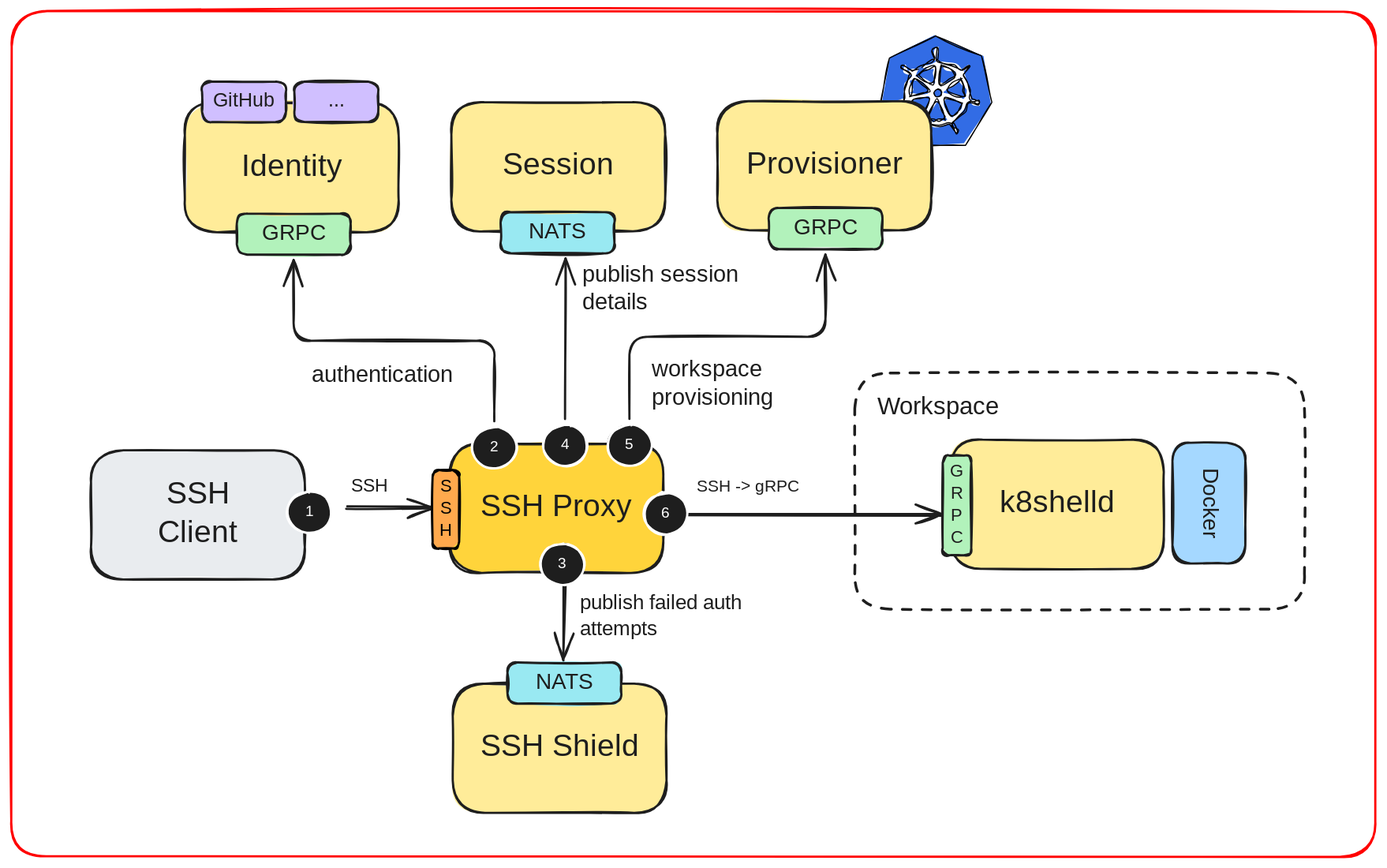
This is drawings/ssh-architecture.excalidraw.svg from k8shell-io/docs, a Excalidraw export, as it was before one commit. Source tidied: one line per element, renumbered; positions are measured from the earlier drawing's top-left corner, leaving out a move shared by most shapes.
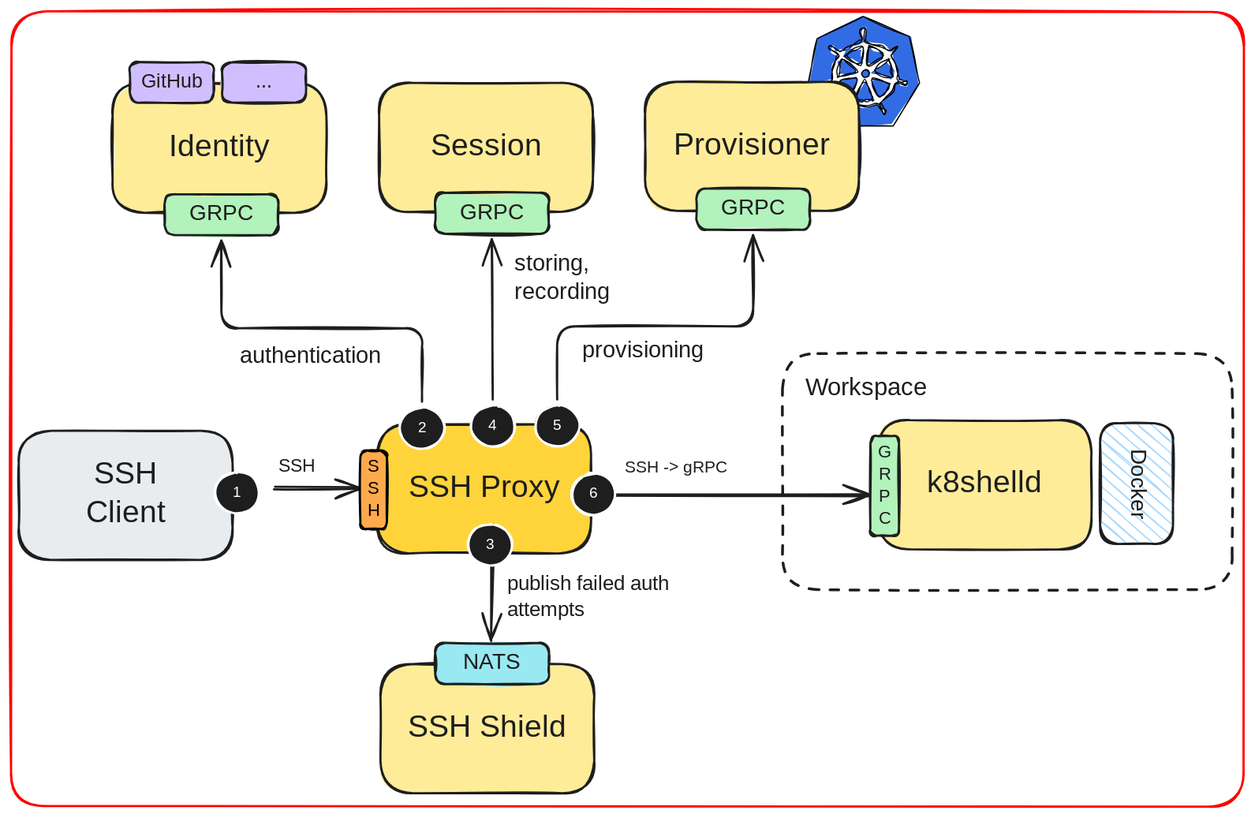
The same file after the commit.

The edit, as a diff of the source:
```diff
@@ -26,7 +26,7 @@
 {"id": 25, "type": "text", "text": "SSH Shield", "strokeColor": "#1e1e1e", "strokeWidth": 2, "roughness": 1, "fontSize": 28, "fontFamily": 5, "textAlign": "center", "verticalAlign": "middle", "inside": 24, "x": 426, "y": 650, "width": 140, "height": 35}
 {"id": 26, "type": "arrow", "strokeColor": "#1e1e1e", "backgroundColor": "#ffec99", "fillStyle": "solid", "strokeWidth": 2, "roughness": 1, "endArrowhead": "arrow", "round": true, "from": 38, "to": 65, "x": 500, "y": 517, "width": 2, "height": 70, "points": [[0, 0], [-2, 70]]}
 {"id": 27, "type": "text", "text": "publish failed auth\nattempts", "strokeColor": "#1e1e1e", "backgroundColor": "#ffd43b", "fillStyle": "solid", "strokeWidth": 2, "roughness": 1, "fontSize": 18.93, "fontFamily": 5, "x": 515, "y": 525, "width": 169, "height": 47}
-{"id": 28, "type": "rectangle", "strokeColor": "#1e1e1e", "angle": 1.57, "backgroundColor": "#a5d8ff", "fillStyle": "solid", "strokeWidth": 2, "roughness": 1, "round": true, "x": 1030, "y": 412, "width": 109, "height": 66}
+{"id": 28, "type": "rectangle", "strokeColor": "#1e1e1e", "angle": 1.57, "backgroundColor": "#a5d8ff", "fillStyle": "hachure", "strokeWidth": 2, "roughness": 1, "round": true, "x": 1030, "y": 412, "width": 109, "height": 66}
 {"id": 29, "type": "text", "text": "Docker", "strokeColor": "#1e1e1e", "angle": 1.57, "strokeWidth": 2, "roughness": 1, "fontSize": 20, "fontFamily": 5, "textAlign": "center", "verticalAlign": "middle", "inside": 28, "x": 1055, "y": 433, "width": 59, "height": 25}
 {"id": 30, "type": "ellipse", "strokeColor": "#ffffff", "backgroundColor": "#1e1e1e", "fillStyle": "solid", "strokeWidth": 2, "roughness": 1, "round": true, "x": 250, "y": 435, "width": 40, "height": 38}
 {"id": 31, "type": "text", "text": "1", "strokeColor": "#ffffff", "backgroundColor": "#1e1e1e", "fillStyle": "solid", "strokeWidth": 2, "roughness": 1, "fontSize": 13.5, "fontFamily": 5, "textAlign": "center", "verticalAlign": "middle", "inside": 30, "x": 267, "y": 445, "width": 6, "height": 17}
@@ -38,12 +38,12 @@
 {"id": 37, "type": "text", "text": "6", "strokeColor": "#ffffff", "backgroundColor": "#1e1e1e", "fillStyle": "solid", "strokeWidth": 2, "roughness": 1, "fontSize": 13.5, "fontFamily": 5, "textAlign": "center", "verticalAlign": "middle", "inside": 36, "x": 588, "y": 446, "width": 9, "height": 17}
 {"id": 38, "type": "ellipse", "strokeColor": "#ffffff", "backgroundColor": "#1e1e1e", "fillStyle": "solid", "strokeWidth": 2, "roughness": 1, "round": true, "x": 479, "y": 482, "width": 40, "height": 38}
 {"id": 39, "type": "text", "text": "3", "strokeColor": "#ffffff", "backgroundColor": "#1e1e1e", "fillStyle": "solid", "strokeWidth": 2, "roughness": 1, "fontSize": 13.5, "fontFamily": 5, "textAlign": "center", "verticalAlign": "middle", "inside": 38, "x": 495, "y": 493, "width": 8, "height": 17}
-{"id": 40, "type": "rectangle", "strokeColor": "#ff0000", "angle": 0.0, "strokeWidth": 2, "roughness": 1, "round": true, "x": 0, "y": 0, "width": 1235, "height": 765}
+{"id": 40, "type": "rectangle", "strokeColor": "#ff0000", "angle": 0.0, "strokeWidth": 2, "roughness": 1, "round": true, "x": 65, "y": 18, "width": 1116, "height": 720}
-{"id": 41, "type": "arrow", "strokeColor": "#1e1e1e", "backgroundColor": "#b2f2bb", "fillStyle": "solid", "strokeWidth": 2, "roughness": 1, "endArrowhead": "arrow", "from": 34, "to": 56, "x": 560, "y": 369, "width": 177, "height": 149, "points": [[0, 0], [0, -74], [177, -74], [177, -149]]}
+{"id": 41, "type": "arrow", "strokeColor": "#1e1e1e", "backgroundColor": "#b2f2bb", "fillStyle": "solid", "strokeWidth": 2, "roughness": 1, "endArrowhead": "arrow", "from": 34, "to": 56, "x": 560, "y": 369, "width": 177, "height": 149, "points": [[0, 0], [0, -66], [177, -66], [177, -149]]}
 {"id": 42, "type": "ellipse", "strokeColor": "#ffffff", "backgroundColor": "#1e1e1e", "fillStyle": "solid", "strokeWidth": 2, "roughness": 1, "round": true, "x": 481, "y": 374, "width": 40, "height": 38}
 {"id": 43, "type": "text", "text": "4", "strokeColor": "#ffffff", "backgroundColor": "#1e1e1e", "fillStyle": "solid", "strokeWidth": 2, "roughness": 1, "fontSize": 13.5, "fontFamily": 5, "textAlign": "center", "verticalAlign": "middle", "inside": 42, "x": 497, "y": 385, "width": 8, "height": 17}
-{"id": 44, "type": "arrow", "strokeColor": "#1e1e1e", "backgroundColor": "#b2f2bb", "fillStyle": "solid", "strokeWidth": 2, "roughness": 1, "endArrowhead": "arrow", "from": 42, "to": 54, "x": 501, "y": 369, "width": 0, "height": 145, "points": [[0, 0], [0, -145]]}
+{"id": 44, "type": "arrow", "strokeColor": "#1e1e1e", "backgroundColor": "#b2f2bb", "fillStyle": "solid", "strokeWidth": 2, "roughness": 1, "endArrowhead": "arrow", "from": 42, "to": 54, "x": 501, "y": 369, "width": 1, "height": 145, "points": [[0, 0], [-1, -145]]}
-{"id": 45, "type": "text", "text": "publish session \ndetails", "strokeColor": "#1e1e1e", "backgroundColor": "#ffd43b", "fillStyle": "solid", "strokeWidth": 2, "roughness": 1, "fontSize": 20.52, "fontFamily": 5, "x": 517, "y": 226, "width": 155, "height": 51}
+{"id": 45, "type": "text", "text": "storing,\nrecording", "strokeColor": "#1e1e1e", "backgroundColor": "#ffd43b", "fillStyle": "solid", "strokeWidth": 2, "roughness": 1, "fontSize": 20.52, "fontFamily": 5, "x": 521, "y": 234, "width": 90, "height": 51}
 {"id": 46, "type": "rectangle", "strokeColor": "#1e1e1e", "backgroundColor": "#ffec99", "fillStyle": "solid", "strokeWidth": 2, "roughness": 1, "round": true, "x": 157, "y": 83, "width": 194, "height": 117}
 {"id": 47, "type": "text", "text": "Identity", "strokeColor": "#1e1e1e", "strokeWidth": 2, "roughness": 1, "fontSize": 28, "fontFamily": 5, "textAlign": "center", "verticalAlign": "middle", "inside": 46, "x": 196, "y": 124, "width": 115, "height": 35}
 {"id": 48, "type": "rectangle", "strokeColor": "#1e1e1e", "backgroundColor": "#ffec99", "fillStyle": "solid", "strokeWidth": 2, "roughness": 1, "round": true, "x": 398, "y": 82, "width": 194, "height": 117}
@@ -52,12 +52,12 @@
 {"id": 51, "type": "text", "text": "Provisioner", "strokeColor": "#1e1e1e", "strokeWidth": 2, "roughness": 1, "fontSize": 28, "fontFamily": 5, "textAlign": "center", "verticalAlign": "middle", "inside": 50, "x": 661, "y": 122, "width": 150, "height": 35}
 {"id": 52, "type": "rectangle", "strokeColor": "#1e1e1e", "backgroundColor": "#b2f2bb", "fillStyle": "solid", "strokeWidth": 2, "roughness": 1, "round": true, "x": 204, "y": 183, "width": 103, "height": 37}
 {"id": 53, "type": "text", "text": "GRPC", "strokeColor": "#1e1e1e", "strokeWidth": 2, "roughness": 1, "fontSize": 19.84, "fontFamily": 5, "textAlign": "center", "verticalAlign": "middle", "inside": 52, "x": 227, "y": 189, "width": 56, "height": 25}
-{"id": 54, "type": "rectangle", "strokeColor": "#1e1e1e", "backgroundColor": "#99e9f2", "fillStyle": "solid", "strokeWidth": 2, "roughness": 1, "round": true, "x": 443, "y": 182, "width": 103, "height": 37}
+{"id": 54, "type": "rectangle", "strokeColor": "#1e1e1e", "backgroundColor": "#b2f2bb", "fillStyle": "solid", "strokeWidth": 2, "roughness": 1, "round": true, "x": 449, "y": 182, "width": 103, "height": 37}
-{"id": 55, "type": "text", "text": "NATS", "strokeColor": "#1e1e1e", "strokeWidth": 2, "roughness": 1, "fontSize": 19.84, "fontFamily": 5, "textAlign": "center", "verticalAlign": "middle", "inside": 54, "x": 468, "y": 188, "width": 54, "height": 25}
+{"id": 55, "type": "text", "text": "GRPC", "strokeColor": "#1e1e1e", "strokeWidth": 2, "roughness": 1, "fontSize": 19.84, "fontFamily": 5, "textAlign": "center", "verticalAlign": "middle", "inside": 54, "x": 472, "y": 188, "width": 56, "height": 25}
 {"id": 56, "type": "rectangle", "strokeColor": "#1e1e1e", "backgroundColor": "#b2f2bb", "fillStyle": "solid", "strokeWidth": 2, "roughness": 1, "round": true, "x": 686, "y": 178, "width": 103, "height": 37}
 {"id": 57, "type": "text", "text": "GRPC", "strokeColor": "#1e1e1e", "strokeWidth": 2, "roughness": 1, "fontSize": 19.84, "fontFamily": 5, "textAlign": "center", "verticalAlign": "middle", "inside": 56, "x": 709, "y": 184, "width": 56, "height": 25}
-{"id": 58, "type": "text", "text": "workspace \nprovisioning", "strokeColor": "#1e1e1e", "backgroundColor": "#ffd43b", "fillStyle": "solid", "strokeWidth": 2, "roughness": 1, "fontSize": 20.52, "fontFamily": 5, "x": 580, "y": 312, "width": 114, "height": 51}
+{"id": 58, "type": "text", "text": " provisioning", "strokeColor": "#1e1e1e", "backgroundColor": "#ffd43b", "fillStyle": "solid", "strokeWidth": 2, "roughness": 1, "fontSize": 20.52, "fontFamily": 5, "x": 577, "y": 313, "width": 122, "height": 26}
-{"id": 59, "type": "arrow", "strokeColor": "#1e1e1e", "backgroundColor": "#ffec99", "fillStyle": "solid", "strokeWidth": 2, "roughness": 1, "endArrowhead": "arrow", "from": 32, "to": 52, "x": 437, "y": 371, "width": 182, "height": 146, "points": [[0, 0], [0, -73], [-182, -73], [-182, -146]]}
+{"id": 59, "type": "arrow", "strokeColor": "#1e1e1e", "backgroundColor": "#ffec99", "fillStyle": "solid", "strokeWidth": 2, "roughness": 1, "endArrowhead": "arrow", "from": 32, "to": 52, "x": 437, "y": 371, "width": 182, "height": 146, "points": [[0, 0], [0, -67], [-182, -67], [-182, -146]]}
 {"id": 60, "type": "text", "text": "authentication", "strokeColor": "#1e1e1e", "backgroundColor": "#ffd43b", "fillStyle": "solid", "strokeWidth": 2, "roughness": 1, "fontSize": 20.52, "fontFamily": 5, "x": 272, "y": 317, "width": 146, "height": 26}
 {"id": 61, "type": "rectangle", "strokeColor": "#1e1e1e", "backgroundColor": "#d0bfff", "fillStyle": "solid", "strokeWidth": 2, "roughness": 1, "round": true, "x": 173, "y": 63, "width": 76, "height": 37}
 {"id": 62, "type": "text", "text": "GitHub", "strokeColor": "#1e1e1e", "strokeWidth": 2, "roughness": 1, "fontSize": 17.92, "fontFamily": 5, "textAlign": "center", "verticalAlign": "middle", "inside": 61, "x": 181, "y": 71, "width": 58, "height": 22}
```
